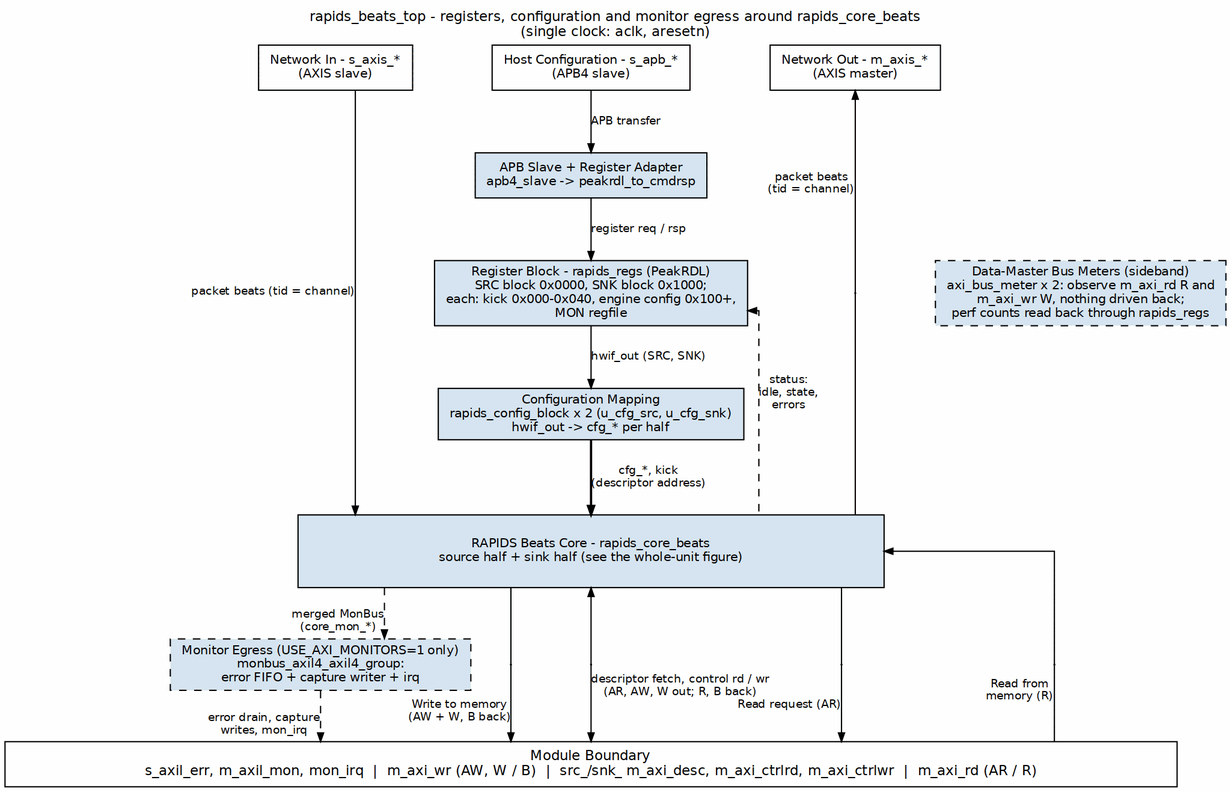
This is projects/components/dma-ip/rapids/docs/rapids_beats_mas/assets/graphviz/20_rapids_beats_top.png from sean-galloway/RTLDesignSherpa, a Graphviz export, as it was before one commit. Its source is kept beside it as projects/components/dma-ip/rapids/docs/rapids_beats_mas/assets/graphviz/20_rapids_beats_top.dot. Its diagram source:
```dot
digraph rapids_beats_top_integration {
    graph [rankdir=TB, bgcolor="white", fontname="Helvetica", fontsize=11,
           nodesep="0.45", ranksep="0.55", splines=ortho,
           label="rapids_beats_top - registers, configuration and monitor egress around rapids_core_beats\n(single clock: aclk, aresetn)",
           labelloc=t, labeljust=c];
    node  [fontname="Helvetica", fontsize=10, shape=box, style=filled,
           fillcolor="#D6E4F0", color="black", margin="0.12,0.06"];
    edge  [fontname="Helvetica", fontsize=9, color="black", arrowsize=0.7];

    s_axis [label="Network In - s_axis_*\n(AXIS slave)", fillcolor="white", group=L];
    s_apb  [label="Host Configuration - s_apb_*\n(APB4 slave)", fillcolor="white", group=C];
    m_axis [label="Network Out - m_axis_*\n(AXIS master)", fillcolor="white", group=R];

    apb    [label="APB Slave + Register Adapter\napb4_slave -> peakrdl_to_cmdrsp", group=C];
    regs   [label="Register Block - rapids_regs (PeakRDL)\nSRC block 0x0000, SNK block 0x1000;\neach: kick 0x000-0x040, engine config 0x100+,\nMON regfile", group=C];
    meters [label="Data-Master Bus Meters (sideband)\naxi_bus_meter x 2: observe m_axi_rd R and\nm_axi_wr W, nothing driven back;\nperf counts read back through rapids_regs", style="filled,dashed"];
    cfg    [label="Configuration Mapping\nrapids_config_block x 2 (u_cfg_src, u_cfg_snk)\nhwif_out -> cfg_* per half", group=C];
    core   [label="RAPIDS Beats Core - rapids_core_beats\nsource half + sink half (see the whole-unit figure)", width=6.5, height=0.8, group=C];
    mon    [label="Monitor Egress (USE_AXI_MONITORS=1 only)\nmonbus_axil4_axil4_group:\nerror FIFO + capture writer + irq", style="filled,dashed"];

    bar [label="Module Boundary\ns_axil_err, m_axil_mon, mon_irq  |  m_axi_wr (AW, W / B)  |  src_/snk_ m_axi_desc, m_axi_ctrlrd, m_axi_ctrlwr  |  m_axi_rd (AR / R)",
         fillcolor="white", width=13.0, fontsize=11, group=C];

    s_apb -> apb  [label="APB transfer"];
    apb   -> regs [label="register req / rsp"];
    regs  -> cfg  [label="hwif_out (SRC, SNK)"];
    cfg   -> core [label="cfg_*, kick\n(descriptor address)", penwidth=1.8];

    s_axis -> core [xlabel="packet beats (tid = channel)"];
    p_m [shape=point, width=0.01, group=R];
    m_axis -> p_m [dir=back, xlabel="packet beats\n(tid = channel)", headclip=false];
    p_m -> core [dir=none, tailclip=false];

    regs -> core [dir=back, style=dashed, constraint=false, xlabel="status:\nidle, state,\nerrors"];

    core -> mon [style=dashed, xlabel="merged MonBus\n(core_mon_*)"];

    p_wr  [shape=point, width=0.01, group=L];
    p_ctl [shape=point, width=0.01, group=C];
    p_ar  [shape=point, width=0.01];
    p_r   [shape=point, width=0.01, group=R];
    s1 [style=invis, label="", fixedsize=true, width=1.0, height=0.02];
    s2 [style=invis, label="", fixedsize=true, width=0.6, height=0.02];
    { rank=same; p_wr; p_ctl; s1; p_ar; s2; p_r; }
    p_wr -> p_ctl -> s1 -> p_ar -> s2 -> p_r [style=invis];

    core -> p_wr  [arrowhead=none, headclip=false];
    p_wr -> bar   [xlabel="Write to memory\n(AW + W, B back)", tailclip=false];
    core -> p_ctl [arrowhead=none, headclip=false, dir=both, arrowtail=normal];
    p_ctl -> bar  [xlabel="descriptor fetch, control rd / wr\n(AR, AW, W out; R, B back)", tailclip=false];
    core -> p_ar  [arrowhead=none, headclip=false];
    p_ar -> bar   [xlabel="Read request (AR)", tailclip=false];
    core -> p_r   [dir=back, headclip=false];
    p_r  -> bar   [dir=none, xlabel="Read from\nmemory (R)", tailclip=false];
    mon  -> bar   [style=dashed, xlabel="error drain, capture\nwrites, mon_irq"];

    { rank=same; s_axis; s_apb; m_axis; }
    s_axis -> s_apb -> m_axis [style=invis];
    { rank=same; regs; p_m; meters; }
    regs -> p_m -> meters [style=invis];
    { rank=same; p_wr; mon; }
}
```
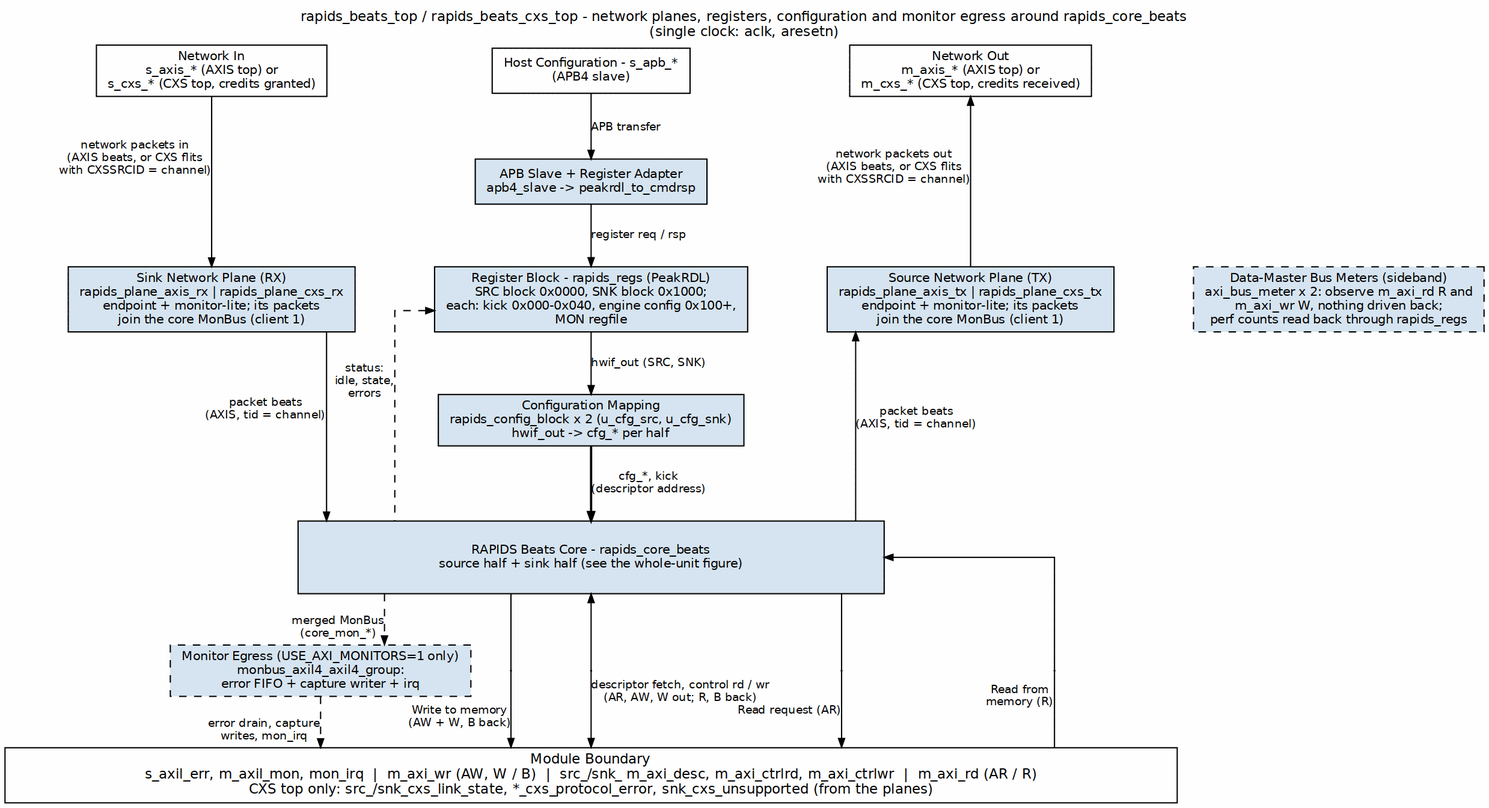
After the change.

What changed in the source:
```diff
@@ -1,16 +1,18 @@
 digraph rapids_beats_top_integration {
     graph [rankdir=TB, bgcolor="white", fontname="Helvetica", fontsize=11,
            nodesep="0.45", ranksep="0.55", splines=ortho,
-           label="rapids_beats_top - registers, configuration and monitor egress around rapids_core_beats\n(single clock: aclk, aresetn)",
+           label="rapids_beats_top / rapids_beats_cxs_top - network planes, registers, configuration and monitor egress around rapids_core_beats\n(single clock: aclk, aresetn)",
            labelloc=t, labeljust=c];
     node  [fontname="Helvetica", fontsize=10, shape=box, style=filled,
            fillcolor="#D6E4F0", color="black", margin="0.12,0.06"];
     edge  [fontname="Helvetica", fontsize=9, color="black", arrowsize=0.7];
 
-    s_axis [label="Network In - s_axis_*\n(AXIS slave)", fillcolor="white", group=L];
+    s_axis [label="Network In\ns_axis_* (AXIS top) or\ns_cxs_* (CXS top, credits granted)", fillcolor="white", group=L];
     s_apb  [label="Host Configuration - s_apb_*\n(APB4 slave)", fillcolor="white", group=C];
-    m_axis [label="Network Out - m_axis_*\n(AXIS master)", fillcolor="white", group=R];
+    m_axis [label="Network Out\nm_axis_* (AXIS top) or\nm_cxs_* (CXS top, credits received)", fillcolor="white", group=R];
 
+    plane_rx [label="Sink Network Plane (RX)\nrapids_plane_axis_rx | rapids_plane_cxs_rx\nendpoint + monitor-lite; its packets\njoin the core MonBus (client 1)", group=L];
+    plane_tx [label="Source Network Plane (TX)\nrapids_plane_axis_tx | rapids_plane_cxs_tx\nendpoint + monitor-lite; its packets\njoin the core MonBus (client 1)", group=R];
     apb    [label="APB Slave + Register Adapter\napb4_slave -> peakrdl_to_cmdrsp", group=C];
     regs   [label="Register Block - rapids_regs (PeakRDL)\nSRC block 0x0000, SNK block 0x1000;\neach: kick 0x000-0x040, engine config 0x100+,\nMON regfile", group=C];
     meters [label="Data-Master Bus Meters (sideband)\naxi_bus_meter x 2: observe m_axi_rd R and\nm_axi_wr W, nothing driven back;\nperf counts read back through rapids_regs", style="filled,dashed"];
@@ -18,7 +20,7 @@
     core   [label="RAPIDS Beats Core - rapids_core_beats\nsource half + sink half (see the whole-unit figure)", width=6.5, height=0.8, group=C];
     mon    [label="Monitor Egress (USE_AXI_MONITORS=1 only)\nmonbus_axil4_axil4_group:\nerror FIFO + capture writer + irq", style="filled,dashed"];
 
-    bar [label="Module Boundary\ns_axil_err, m_axil_mon, mon_irq  |  m_axi_wr (AW, W / B)  |  src_/snk_ m_axi_desc, m_axi_ctrlrd, m_axi_ctrlwr  |  m_axi_rd (AR / R)",
+    bar [label="Module Boundary\ns_axil_err, m_axil_mon, mon_irq  |  m_axi_wr (AW, W / B)  |  src_/snk_ m_axi_desc, m_axi_ctrlrd, m_axi_ctrlwr  |  m_axi_rd (AR / R)\nCXS top only: src_/snk_cxs_link_state, *_cxs_protocol_error, snk_cxs_unsupported (from the planes)",
          fillcolor="white", width=13.0, fontsize=11, group=C];
 
     s_apb -> apb  [label="APB transfer"];
@@ -26,10 +28,10 @@
     regs  -> cfg  [label="hwif_out (SRC, SNK)"];
     cfg   -> core [label="cfg_*, kick\n(descriptor address)", penwidth=1.8];
 
-    s_axis -> core [xlabel="packet beats (tid = channel)"];
-    p_m [shape=point, width=0.01, group=R];
-    m_axis -> p_m [dir=back, xlabel="packet beats\n(tid = channel)", headclip=false];
-    p_m -> core [dir=none, tailclip=false];
+    s_axis   -> plane_rx [xlabel="network packets in\n(AXIS beats, or CXS flits\nwith CXSSRCID = channel)"];
+    plane_rx -> core     [xlabel="packet beats\n(AXIS, tid = channel)"];
+    m_axis   -> plane_tx [dir=back, xlabel="network packets out\n(AXIS beats, or CXS flits\nwith CXSSRCID = channel)"];
+    plane_tx -> core     [dir=back, xlabel="packet beats\n(AXIS, tid = channel)"];
 
     regs -> core [dir=back, style=dashed, constraint=false, xlabel="status:\nidle, state,\nerrors"];
 
@@ -56,7 +58,7 @@
 
     { rank=same; s_axis; s_apb; m_axis; }
     s_axis -> s_apb -> m_axis [style=invis];
-    { rank=same; regs; p_m; meters; }
-    regs -> p_m -> meters [style=invis];
+    { rank=same; plane_rx; regs; plane_tx; meters; }
+    plane_rx -> regs -> plane_tx -> meters [style=invis];
     { rank=same; p_wr; mon; }
 }
```
